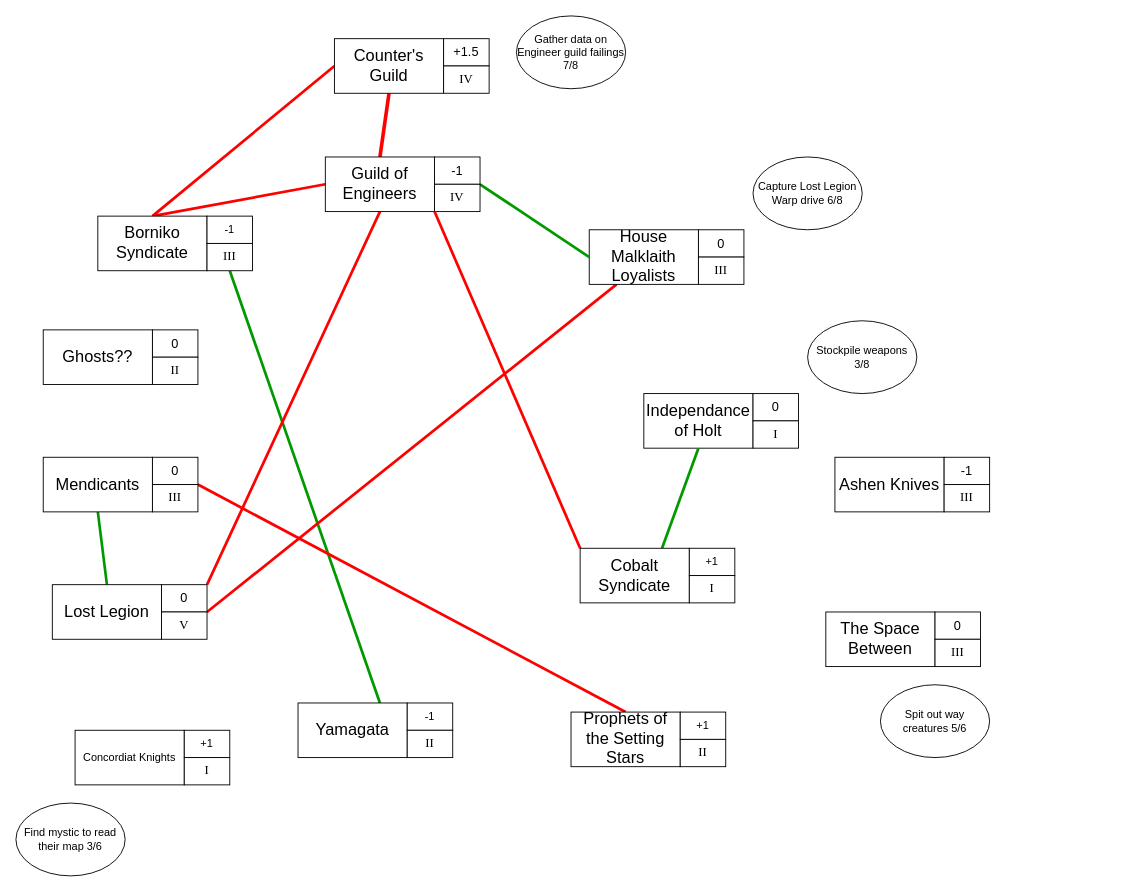
decyne/rpg-prep keeps this draw.io diagram as SaV_Season2.drawio. Above is the earlier version. Source tidied: cells renumbered, new cells numbered last; positions are measured from the earlier drawing's top-left corner, leaving out a move shared by most shapes. Both pictures are drawn from the tidied source at 91%, with x=0, y=0 at pixel (15, 15).
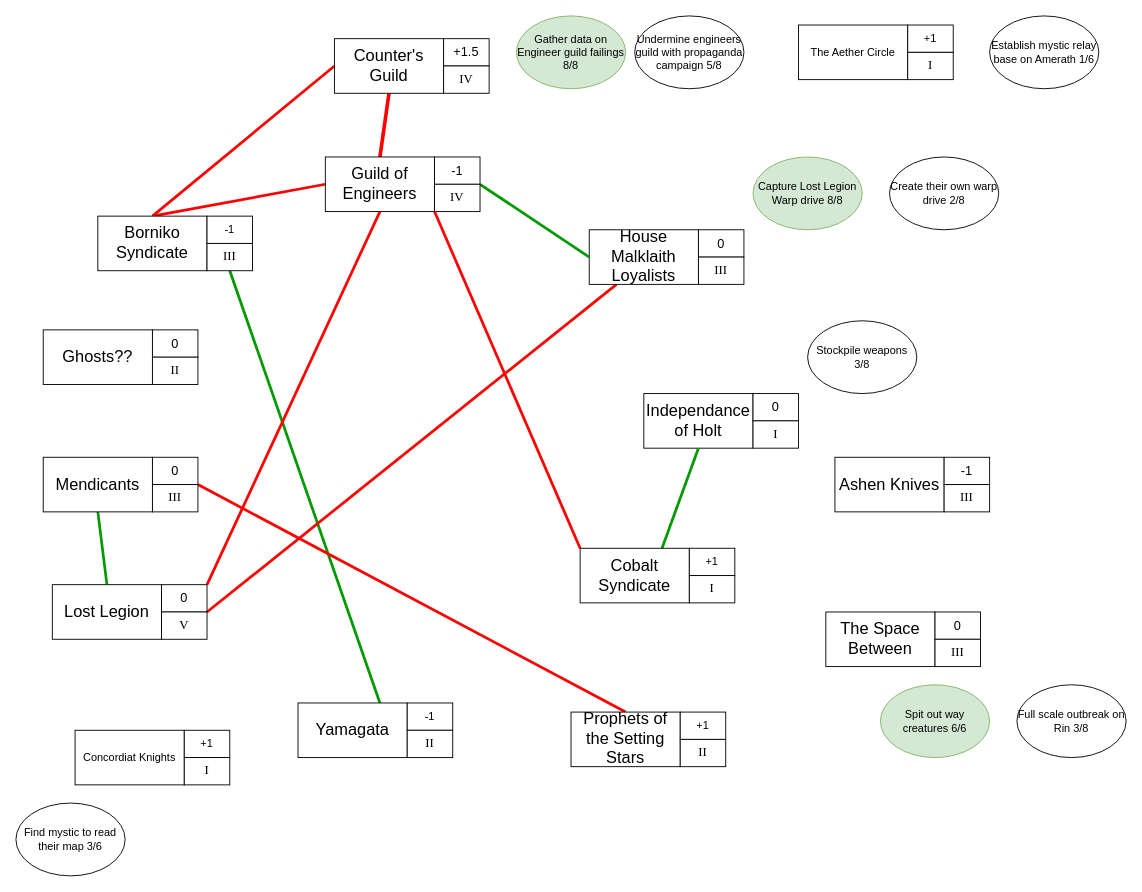
The same diagram, later.

The edit, as a diff of the source:
```diff
@@
-    <mxCell id="50" value="Gather data on Engineer guild failings 7/8" style="ellipse;whiteSpace=wrap;html=1;" parent="1" vertex="1">
+    <mxCell id="50" value="Gather data on Engineer guild failings 8/8" style="ellipse;whiteSpace=wrap;html=1;fillColor=#d5e8d4;strokeColor=#82b366;" parent="1" vertex="1">
       <mxGeometry x="550" width="120" height="80" as="geometry" />
     </mxCell>
@@
-    <mxCell id="52" value="Capture Lost Legion Warp drive 6/8" style="ellipse;whiteSpace=wrap;html=1;" parent="1" vertex="1">
+    <mxCell id="52" value="Capture Lost Legion Warp drive 8/8" style="ellipse;whiteSpace=wrap;html=1;fillColor=#d5e8d4;strokeColor=#82b366;" parent="1" vertex="1">
       <mxGeometry x="810" y="155" width="120" height="80" as="geometry" />
     </mxCell>
@@
-    <mxCell id="59" value="Spit out way creatures 5/6" style="ellipse;whiteSpace=wrap;html=1;" parent="1" vertex="1">
+    <mxCell id="59" value="Spit out way creatures 6/6" style="ellipse;whiteSpace=wrap;html=1;fillColor=#d5e8d4;strokeColor=#82b366;" parent="1" vertex="1">
       <mxGeometry x="950" y="735" width="120" height="80" as="geometry" />
     </mxCell>
+    <mxCell id="60" value="The Aether Circle" style="rounded=0;whiteSpace=wrap;html=1;" parent="1" vertex="1">
+      <mxGeometry x="860" y="10" width="120" height="60" as="geometry" />
+    </mxCell>
+    <mxCell id="61" value="+1" style="rounded=0;whiteSpace=wrap;html=1;" parent="1" vertex="1">
+      <mxGeometry x="980" y="10" width="50" height="30" as="geometry" />
+    </mxCell>
+    <mxCell id="62" value="&lt;font face=&quot;Times New Roman&quot; style=&quot;font-size: 14px&quot;&gt;I&lt;/font&gt;" style="rounded=0;whiteSpace=wrap;html=1;" parent="1" vertex="1">
+      <mxGeometry x="980" y="40" width="50" height="30" as="geometry" />
+    </mxCell>
+    <mxCell id="63" value="Full scale outbreak on Rin 3/8" style="ellipse;whiteSpace=wrap;html=1;" parent="1" vertex="1">
+      <mxGeometry x="1100" y="735" width="120" height="80" as="geometry" />
+    </mxCell>
+    <mxCell id="64" value="Establish mystic relay base on Amerath 1/6" style="ellipse;whiteSpace=wrap;html=1;" parent="1" vertex="1">
+      <mxGeometry x="1070" width="120" height="80" as="geometry" />
+    </mxCell>
+    <mxCell id="65" value="Create their own warp drive 2/8" style="ellipse;whiteSpace=wrap;html=1;" parent="1" vertex="1">
+      <mxGeometry x="960" y="155" width="120" height="80" as="geometry" />
+    </mxCell>
+    <mxCell id="66" value="Undermine engineers guild with propaganda campaign 5/8" style="ellipse;whiteSpace=wrap;html=1;" parent="1" vertex="1">
+      <mxGeometry x="680" width="120" height="80" as="geometry" />
+    </mxCell>
```
